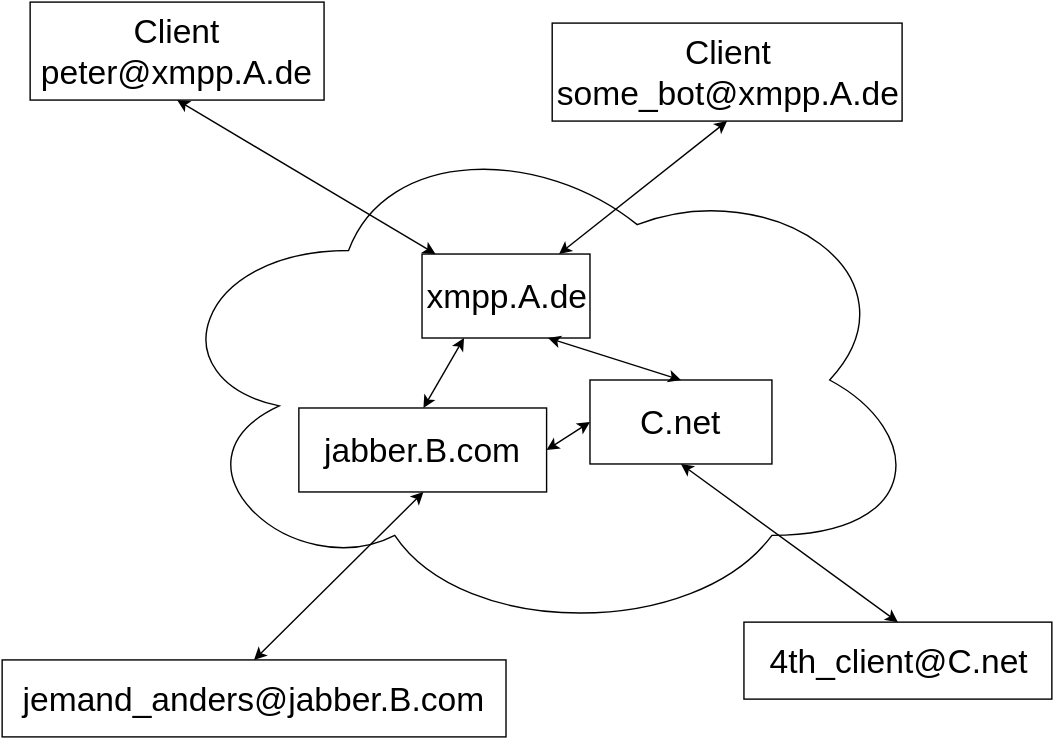
Above: resources/xmpp_schema.svg in puhoy/ipm_vortrag (draw.io), before the change. Source tidied: cells renumbered, new cells last; positions are measured from the earlier drawing's top-left corner, leaving out a move shared by most shapes.
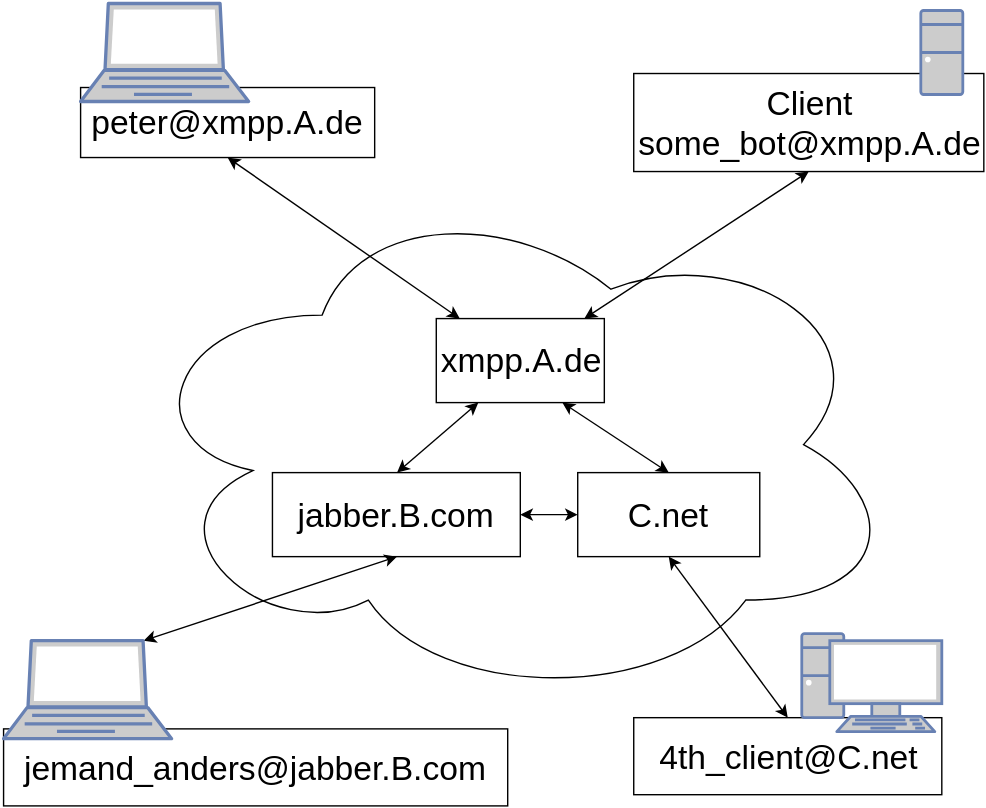
Later version of the same file.

Change to the diagram source:
```diff
@@ -5,26 +5,23 @@
     <mxCell id="2" style="ellipse;shape=cloud;whiteSpace=wrap;html=1;" parent="1" vertex="1">
       <mxGeometry x="110" y="85" width="550" height="370" as="geometry" />
     </mxCell>
-    <mxCell id="3" value="&lt;div&gt;&lt;font style=&quot;font-size: 24px&quot;&gt;Client&lt;/font&gt;&lt;/div&gt;&lt;font style=&quot;font-size: 24px&quot;&gt;peter@xmpp.A.de&lt;/font&gt;" style="whiteSpace=wrap;html=1;" parent="1" vertex="1">
-      <mxGeometry x="20" width="210" height="70" as="geometry" />
+    <mxCell id="3" value="&lt;div&gt;&lt;span style=&quot;font-size: 24px ; line-height: 1.2&quot;&gt;peter@xmpp.A.de&lt;/span&gt;&lt;br&gt;&lt;/div&gt;" style="whiteSpace=wrap;html=1;" parent="1" vertex="1">
+      <mxGeometry x="75" y="15" width="210" height="50" as="geometry" />
     </mxCell>
     <mxCell id="4" value="&lt;div&gt;&lt;font style=&quot;font-size: 24px&quot;&gt;Client&lt;/font&gt;&lt;/div&gt;&lt;font style=&quot;font-size: 24px&quot;&gt;some_bot@xmpp.A.de&lt;/font&gt;" style="whiteSpace=wrap;html=1;" parent="1" vertex="1">
-      <mxGeometry x="393" y="15" width="250" height="70" as="geometry" />
+      <mxGeometry x="470" y="5" width="250" height="70" as="geometry" />
     </mxCell>
     <mxCell id="5" value="&lt;font style=&quot;font-size: 24px&quot;&gt;4th_client@C.net&lt;/font&gt;" style="whiteSpace=wrap;html=1;" parent="1" vertex="1">
-      <mxGeometry x="530" y="443" width="220" height="55" as="geometry" />
+      <mxGeometry x="470" y="465" width="220" height="55" as="geometry" />
     </mxCell>
-    <mxCell id="6" value="&lt;font style=&quot;font-size: 24px&quot;&gt;jemand_anders@jabber.B.com&lt;/font&gt;" style="whiteSpace=wrap;html=1;" parent="1" vertex="1">
-      <mxGeometry y="470" width="360" height="55" as="geometry" />
-    </mxCell>
     <mxCell id="7" value="&lt;font style=&quot;font-size: 24px&quot;&gt;xmpp.A&lt;span style=&quot;line-height: 1.2&quot;&gt;.de&lt;/span&gt;&lt;/font&gt;" style="whiteSpace=wrap;html=1;" parent="1" vertex="1">
-      <mxGeometry x="300" y="180" width="120" height="60" as="geometry" />
+      <mxGeometry x="329" y="180" width="120" height="60" as="geometry" />
     </mxCell>
     <mxCell id="8" value="&lt;font style=&quot;font-size: 24px&quot;&gt;&lt;span&gt;jabber.B&lt;/span&gt;&lt;span&gt;.com&lt;/span&gt;&lt;/font&gt;" style="whiteSpace=wrap;html=1;" parent="1" vertex="1">
       <mxGeometry x="212" y="290" width="177" height="60" as="geometry" />
     </mxCell>
     <mxCell id="9" value="&lt;font style=&quot;font-size: 24px&quot;&gt;C.net&lt;/font&gt;" style="whiteSpace=wrap;html=1;" parent="1" vertex="1">
-      <mxGeometry x="420" y="270" width="130" height="60" as="geometry" />
+      <mxGeometry x="430" y="290" width="130" height="60" as="geometry" />
     </mxCell>
     <mxCell id="10" style="endArrow=classic;startArrow=classic;html=1;shadow=0;entryX=0.5;entryY=1;" parent="1" edge="1" source="7" target="3">
       <mxGeometry relative="1" as="geometry" />
@@ -32,7 +29,7 @@
     <mxCell id="11" style="endArrow=classic;startArrow=classic;html=1;shadow=0;entryX=0.5;entryY=1;" parent="1" edge="1" source="7" target="4">
       <mxGeometry x="373" y="90" as="geometry" />
     </mxCell>
-    <mxCell id="12" style="endArrow=classic;startArrow=classic;html=1;shadow=0;entryX=0.5;entryY=0;exitX=0.5;exitY=1;" parent="1" edge="1" source="8" target="6">
+    <mxCell id="12" style="endArrow=classic;startArrow=classic;html=1;shadow=0;exitX=0.5;exitY=1;entryX=0.83;entryY=0;entryPerimeter=0;" parent="1" edge="1" source="8" target="19">
       <mxGeometry x="220" y="180" as="geometry" />
     </mxCell>
     <mxCell id="13" style="endArrow=classic;startArrow=classic;html=1;shadow=0;entryX=0.5;entryY=0;exitX=0.5;exitY=1;" parent="1" edge="1" source="9" target="5">
@@ -47,5 +44,23 @@
     <mxCell id="16" style="endArrow=classic;startArrow=classic;html=1;shadow=0;entryX=1;entryY=0.5;exitX=0;exitY=0.5;" parent="1" edge="1" source="9" target="8">
       <mxGeometry x="341" y="365" as="geometry" />
     </mxCell>
+    <mxCell id="17" style="fontColor=#0066CC;verticalAlign=top;verticalLabelPosition=bottom;labelPosition=center;align=center;html=1;fillColor=#CCCCCC;strokeColor=#6881B3;gradientColor=none;gradientDirection=north;strokeWidth=2;shape=mxgraph.networks.laptop;" parent="1" vertex="1">
+      <mxGeometry x="75" y="-45" width="120" height="70" as="geometry" />
+    </mxCell>
+    <mxCell id="18" style="group;" parent="1" vertex="1">
+      <mxGeometry x="20" y="403" width="360" height="125" as="geometry" />
+    </mxCell>
+    <mxCell id="6" value="&lt;font style=&quot;font-size: 24px&quot;&gt;jemand_anders@jabber.B.com&lt;/font&gt;" style="whiteSpace=wrap;html=1;" parent="18" vertex="1">
+      <mxGeometry y="70" width="360" height="55" as="geometry" />
+    </mxCell>
+    <mxCell id="19" style="fontColor=#0066CC;verticalAlign=top;verticalLabelPosition=bottom;labelPosition=center;align=center;html=1;fillColor=#CCCCCC;strokeColor=#6881B3;gradientColor=none;gradientDirection=north;strokeWidth=2;shape=mxgraph.networks.laptop;" parent="18" vertex="1">
+      <mxGeometry y="7" width="120" height="70" as="geometry" />
+    </mxCell>
+    <mxCell id="20" style="fontColor=#0066CC;verticalAlign=top;verticalLabelPosition=bottom;labelPosition=center;align=center;html=1;fillColor=#CCCCCC;strokeColor=#6881B3;gradientColor=none;gradientDirection=north;strokeWidth=2;shape=mxgraph.networks.pc;" parent="1" vertex="1">
+      <mxGeometry x="590" y="405" width="100" height="70" as="geometry" />
+    </mxCell>
+    <mxCell id="21" style="fontColor=#0066CC;verticalAlign=top;verticalLabelPosition=bottom;labelPosition=center;align=center;html=1;fillColor=#CCCCCC;strokeColor=#6881B3;gradientColor=none;gradientDirection=north;strokeWidth=2;shape=mxgraph.networks.desktop_pc;" parent="1" vertex="1">
+      <mxGeometry x="675" y="-40" width="30" height="60" as="geometry" />
+    </mxCell>
   </root>
 </mxGraphModel>
```
